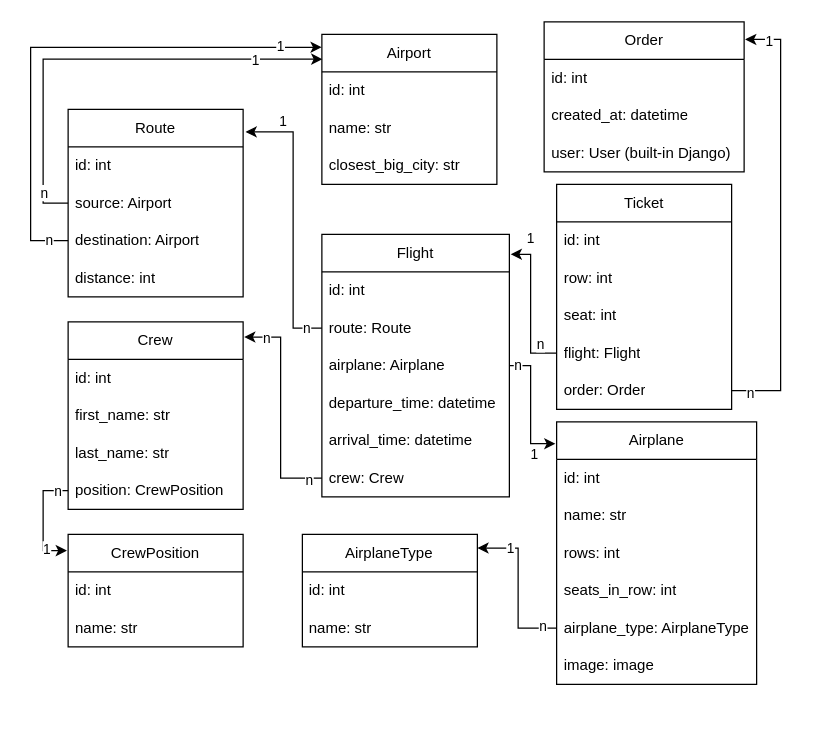
Above: airport_api_diagram.drawio in TetyanaPavlyuk/airport-api-service (draw.io), before the change. Source tidied: cells renumbered, new cells numbered last; positions are measured from the earlier drawing's top-left corner, leaving out a move shared by most shapes. Both pictures are drawn from the tidied source at 125%, with x=0, y=0 at pixel (30, 21).
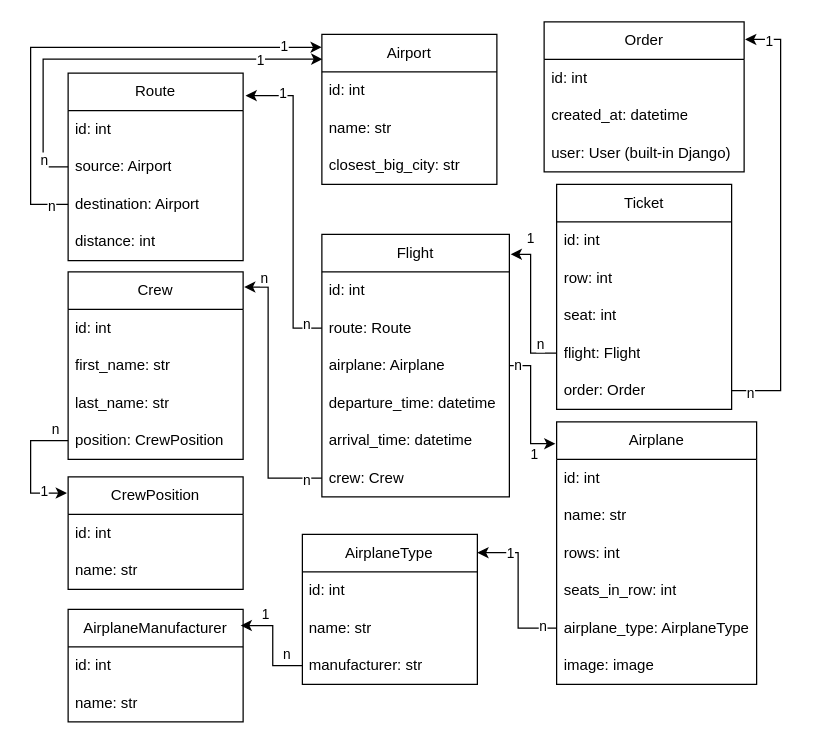
The same diagram, later.

Commit message (it also covers changes not shown here):
Create AirplaneManufacturer model, serializer, view, url

Unchanged cells that the change refers to:
```xml
<mxCell id="15" value="position: CrewPosition" style="text;strokeColor=none;fillColor=none;align=left;verticalAlign=middle;spacingLeft=4;spacingRight=4;overflow=hidden;points=[[0,0.5],[1,0.5]];portConstraint=eastwest;whiteSpace=wrap;html=1;" parent="11" vertex="1">
  <mxGeometry y="120" width="140" height="30" as="geometry" />
</mxCell>
<mxCell id="54" value="crew: Crew" style="text;strokeColor=none;fillColor=none;align=left;verticalAlign=middle;spacingLeft=4;spacingRight=4;overflow=hidden;points=[[0,0.5],[1,0.5]];portConstraint=eastwest;whiteSpace=wrap;html=1;" parent="48" vertex="1">
  <mxGeometry y="180" width="150" height="30" as="geometry" />
</mxCell>
```

What changed in the source:
```diff
@@
     <mxCell id="2" value="Route" style="swimlane;fontStyle=0;horizontal=1;startSize=30;whiteSpace=wrap;html=1;" parent="1" vertex="1">
-      <mxGeometry x="30" y="70" width="140" height="150" as="geometry" />
+      <mxGeometry x="30" y="41" width="140" height="150" as="geometry" />
     </mxCell>
@@
     <mxCell id="11" value="Crew" style="swimlane;fontStyle=0;horizontal=1;startSize=30;whiteSpace=wrap;html=1;" parent="1" vertex="1">
-      <mxGeometry x="30" y="240" width="140" height="150" as="geometry" />
+      <mxGeometry x="30" y="200" width="140" height="150" as="geometry" />
     </mxCell>
@@
     <mxCell id="16" value="CrewPosition" style="swimlane;fontStyle=0;horizontal=1;startSize=30;whiteSpace=wrap;html=1;" parent="1" vertex="1">
-      <mxGeometry x="30" y="410" width="140" height="90" as="geometry" />
+      <mxGeometry x="30" y="364" width="140" height="90" as="geometry" />
     </mxCell>
@@
     <mxCell id="19" style="edgeStyle=orthogonalEdgeStyle;rounded=0;jettySize=auto;html=1;exitX=0;exitY=0.5;exitDx=0;exitDy=0;entryX=-0.007;entryY=0.144;entryDx=0;entryDy=0;entryPerimeter=0;" parent="1" edge="1" source="15" target="16">
       <mxGeometry relative="1" as="geometry">
         <Array as="points">
-          <mxPoint x="10" y="375" />
-          <mxPoint x="10" y="423" />
+          <mxPoint y="335" />
+          <mxPoint y="377" />
         </Array>
       </mxGeometry>
     </mxCell>
     <mxCell id="20" value="n" style="edgeLabel;html=1;align=center;verticalAlign=middle;" parent="19" vertex="1">
       <mxGeometry x="-0.86" relative="1" as="geometry">
-        <mxPoint x="-3" as="offset" />
+        <mxPoint x="-4" y="-10" as="offset" />
       </mxGeometry>
     </mxCell>
@@
     <mxCell id="22" value="AirplaneType" style="swimlane;fontStyle=0;horizontal=1;startSize=30;whiteSpace=wrap;html=1;" parent="1" vertex="1">
-      <mxGeometry x="217.4" y="410" width="140" height="90" as="geometry" />
+      <mxGeometry x="217.4" y="410" width="140" height="120" as="geometry" />
     </mxCell>
@@
+    <mxCell id="73" value="manufacturer: str" style="text;strokeColor=none;fillColor=none;align=left;verticalAlign=middle;spacingLeft=4;spacingRight=4;overflow=hidden;points=[[0,0.5],[1,0.5]];portConstraint=eastwest;whiteSpace=wrap;html=1;" parent="22" vertex="1">
+      <mxGeometry y="90" width="140" height="30" as="geometry" />
+    </mxCell>
@@
     <mxCell id="61" style="edgeStyle=elbowEdgeStyle;rounded=0;jettySize=auto;html=1;exitX=0;exitY=0.5;exitDx=0;exitDy=0;entryX=1.006;entryY=0.081;entryDx=0;entryDy=0;entryPerimeter=0;" parent="1" edge="1" source="54" target="11">
       <mxGeometry relative="1" as="geometry">
         <Array as="points">
-          <mxPoint x="200" y="310" />
+          <mxPoint x="190" y="290" />
         </Array>
       </mxGeometry>
     </mxCell>
     <mxCell id="62" value="n" style="edgeLabel;html=1;align=center;verticalAlign=middle;" parent="61" vertex="1">
       <mxGeometry x="0.89" y="1" relative="1" as="geometry">
-        <mxPoint x="8" y="-1" as="offset" />
+        <mxPoint x="4" y="-9" as="offset" />
       </mxGeometry>
     </mxCell>
@@
+    <mxCell id="74" value="AirplaneManufacturer" style="swimlane;fontStyle=0;horizontal=1;startSize=30;whiteSpace=wrap;html=1;" parent="1" vertex="1">
+      <mxGeometry x="30" y="470" width="140" height="90" as="geometry" />
+    </mxCell>
+    <mxCell id="75" value="id: int" style="text;strokeColor=none;fillColor=none;align=left;verticalAlign=middle;spacingLeft=4;spacingRight=4;overflow=hidden;whiteSpace=wrap;html=1;" parent="74" vertex="1">
+      <mxGeometry y="30" width="140" height="30" as="geometry" />
+    </mxCell>
+    <mxCell id="76" value="name: str" style="text;strokeColor=none;fillColor=none;align=left;verticalAlign=middle;spacingLeft=4;spacingRight=4;overflow=hidden;whiteSpace=wrap;html=1;" parent="74" vertex="1">
+      <mxGeometry y="60" width="140" height="30" as="geometry" />
+    </mxCell>
+    <mxCell id="77" style="edgeStyle=orthogonalEdgeStyle;rounded=0;jettySize=auto;html=1;exitX=0;exitY=0.5;exitDx=0;exitDy=0;entryX=0.986;entryY=0.144;entryDx=0;entryDy=0;entryPerimeter=0;" parent="1" edge="1" source="73" target="74">
+      <mxGeometry relative="1" as="geometry" />
+    </mxCell>
+    <mxCell id="78" value="n" style="edgeLabel;html=1;align=center;verticalAlign=middle;" parent="77" vertex="1">
+      <mxGeometry x="-0.69" y="2" relative="1" as="geometry">
+        <mxPoint y="-12" as="offset" />
+      </mxGeometry>
+    </mxCell>
+    <mxCell id="79" value="1" style="edgeLabel;html=1;align=center;verticalAlign=middle;" parent="77" vertex="1">
+      <mxGeometry x="0.53" y="-1" relative="1" as="geometry">
+        <mxPoint y="-8" as="offset" />
+      </mxGeometry>
+    </mxCell>
```
